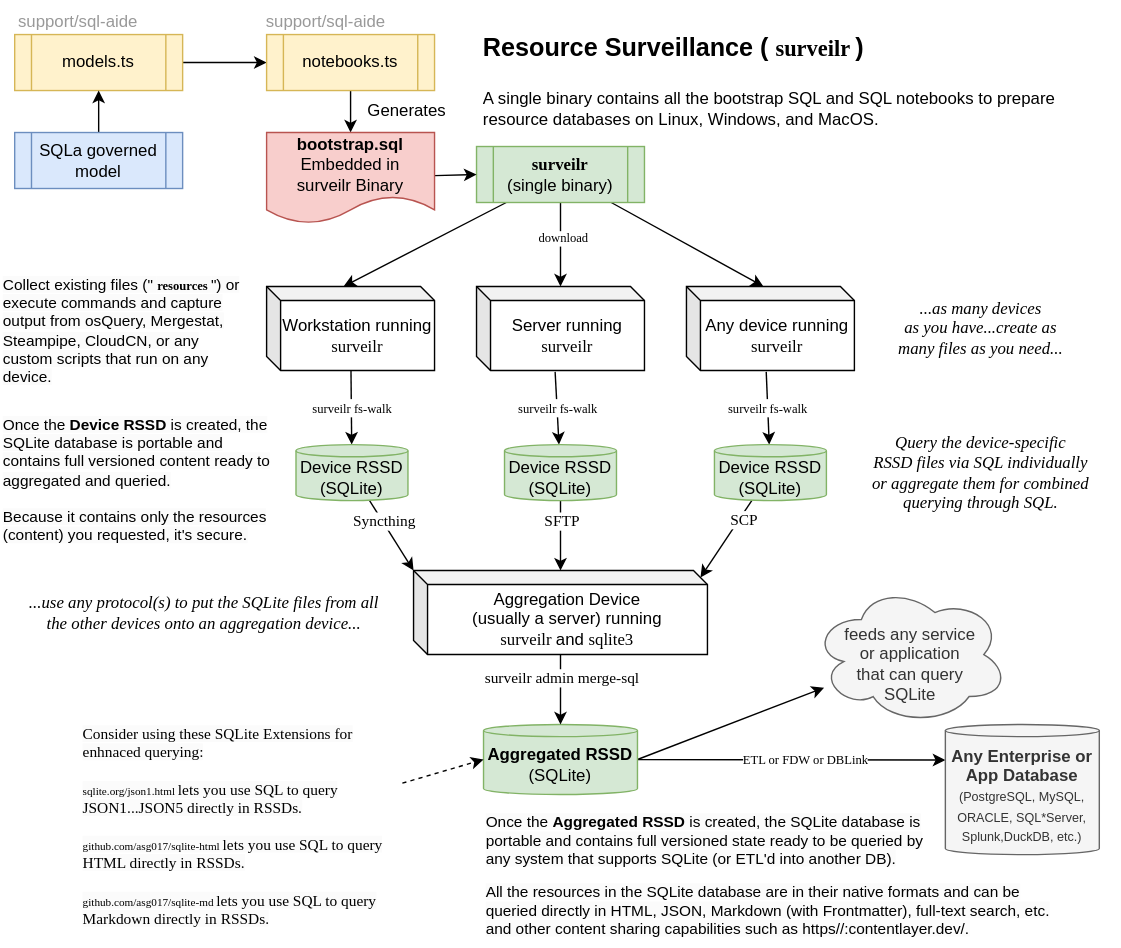
Before: support/docs/architecture.drawio.svg, a diagram exported from draw.io (opsfolio/resource-surveillance). Source tidied: cells renumbered, new cells last; positions are measured from the earlier drawing's top-left corner, leaving out a move shared by most shapes.
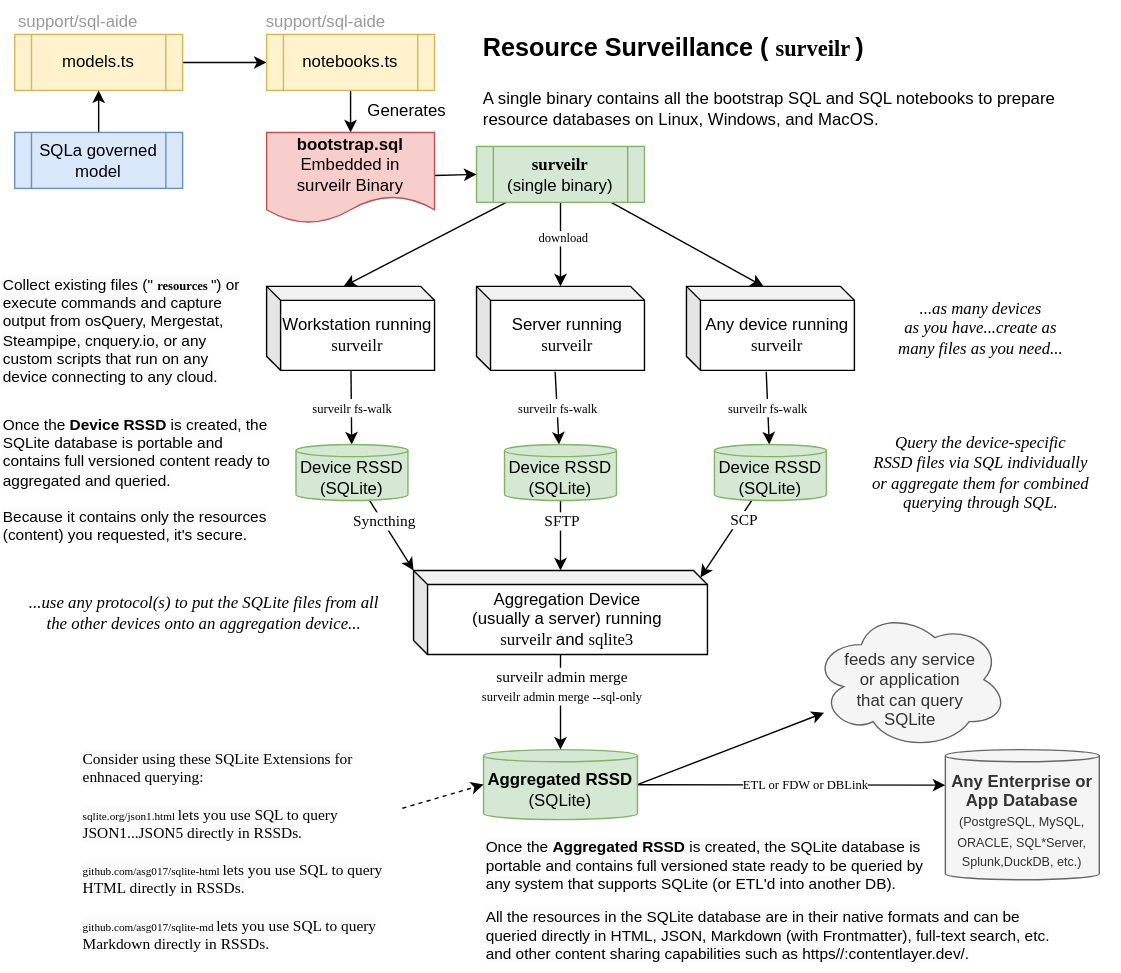
Later version of the same file.

Change to the diagram source:
```diff
@@ -24,10 +24,10 @@
       <mxGeometry x="0.09" relative="1" as="geometry" />
     </mxCell>
     <mxCell id="9" value="&lt;b&gt;Aggregated RSSD &lt;/b&gt;(SQLite)" style="shape=cylinder3;whiteSpace=wrap;html=1;boundedLbl=1;backgroundOutline=1;size=4.333333333333414;fillColor=#d5e8d4;strokeColor=#82b366;" parent="1" vertex="1">
-      <mxGeometry x="345" y="517" width="110" height="50" as="geometry" />
+      <mxGeometry x="345" y="535" width="110" height="50" as="geometry" />
     </mxCell>
     <mxCell id="10" value="&lt;br&gt;feeds any service&lt;br&gt;&amp;nbsp;or application&lt;br&gt;that can query&lt;br&gt;SQLite" style="ellipse;shape=cloud;whiteSpace=wrap;html=1;fillColor=#f5f5f5;fontColor=#333333;strokeColor=#666666;" parent="1" vertex="1">
-      <mxGeometry x="580" y="417" width="140" height="100" as="geometry" />
+      <mxGeometry x="580" y="435" width="140" height="100" as="geometry" />
     </mxCell>
     <mxCell id="11" style="edgeStyle=none;html=1;fontFamily=Lucida Console;" parent="1" edge="1" source="15" target="26">
       <mxGeometry relative="1" as="geometry" />
@@ -123,7 +123,7 @@
     <mxCell id="40" style="edgeStyle=none;html=1;entryX=0.5;entryY=0;entryDx=0;entryDy=0;entryPerimeter=0;fontFamily=Comic Sans MS;" parent="1" edge="1" source="42" target="9">
       <mxGeometry relative="1" as="geometry" />
     </mxCell>
-    <mxCell id="41" value="surveilr admin merge-sql" style="edgeLabel;html=1;align=center;verticalAlign=middle;fontFamily=Lucida Console;" parent="40" vertex="1">
+    <mxCell id="41" value="surveilr admin merge&lt;br&gt;&lt;font style=&quot;font-size: 9px;&quot;&gt;surveilr admin merge --sql-only&lt;/font&gt;" style="edgeLabel;html=1;align=center;verticalAlign=middle;fontFamily=Lucida Console;" parent="40" vertex="1">
       <mxGeometry x="-0.36" relative="1" as="geometry" />
     </mxCell>
     <mxCell id="42" value="Aggregation Device&lt;br&gt;(usually a server) running&lt;br&gt;&amp;nbsp;&lt;font style=&quot;border-color: var(--border-color);&quot; face=&quot;Lucida Console&quot;&gt;surveilr&lt;/font&gt;&amp;nbsp;and&amp;nbsp;&lt;font style=&quot;border-color: var(--border-color);&quot; face=&quot;Lucida Console&quot;&gt;sqlite3&lt;/font&gt;" style="shape=cube;whiteSpace=wrap;html=1;boundedLbl=1;backgroundOutline=1;darkOpacity=0.05;darkOpacity2=0.1;size=10;" parent="1" vertex="1">
@@ -133,19 +133,19 @@
       <mxGeometry x="10" y="417" width="270" height="40" as="geometry" />
     </mxCell>
     <mxCell id="44" value="&lt;span style=&quot;color: rgb(0, 0, 0); font-family: Helvetica; font-size: 11px; font-style: normal; font-variant-ligatures: normal; font-variant-caps: normal; font-weight: 400; letter-spacing: normal; orphans: 2; text-align: left; text-indent: 0px; text-transform: none; widows: 2; word-spacing: 0px; -webkit-text-stroke-width: 0px; background-color: rgb(251, 251, 251); text-decoration-thickness: initial; text-decoration-style: initial; text-decoration-color: initial; float: none; display: inline !important;&quot;&gt;Once the &lt;/span&gt;&lt;span style=&quot;color: rgb(0, 0, 0); font-family: Helvetica; font-size: 11px; font-style: normal; font-variant-ligatures: normal; font-variant-caps: normal; letter-spacing: normal; orphans: 2; text-align: left; text-indent: 0px; text-transform: none; widows: 2; word-spacing: 0px; -webkit-text-stroke-width: 0px; background-color: rgb(251, 251, 251); text-decoration-thickness: initial; text-decoration-style: initial; text-decoration-color: initial; float: none; display: inline !important;&quot;&gt;&lt;b&gt;Aggregated RSSD&lt;/b&gt;&lt;/span&gt;&lt;span style=&quot;color: rgb(0, 0, 0); font-family: Helvetica; font-size: 11px; font-style: normal; font-variant-ligatures: normal; font-variant-caps: normal; font-weight: 400; letter-spacing: normal; orphans: 2; text-align: left; text-indent: 0px; text-transform: none; widows: 2; word-spacing: 0px; -webkit-text-stroke-width: 0px; background-color: rgb(251, 251, 251); text-decoration-thickness: initial; text-decoration-style: initial; text-decoration-color: initial; float: none; display: inline !important;&quot;&gt; is created, the SQLite database is portable and contains full versioned state ready to be queried by any system that supports SQLite (or ETL'd into another DB).&lt;br&gt;&lt;/span&gt;" style="text;whiteSpace=wrap;html=1;fontSize=11;fontFamily=Helvetica;" parent="1" vertex="1">
-      <mxGeometry x="345" y="574" width="330" height="50" as="geometry" />
+      <mxGeometry x="345" y="592" width="330" height="50" as="geometry" />
     </mxCell>
     <mxCell id="45" value="&lt;span style=&quot;color: rgb(0, 0, 0); font-family: Helvetica; font-size: 11px; font-style: normal; font-variant-ligatures: normal; font-variant-caps: normal; font-weight: 400; letter-spacing: normal; orphans: 2; text-align: left; text-indent: 0px; text-transform: none; widows: 2; word-spacing: 0px; -webkit-text-stroke-width: 0px; background-color: rgb(251, 251, 251); text-decoration-thickness: initial; text-decoration-style: initial; text-decoration-color: initial; float: none; display: inline !important;&quot;&gt;All the resources in the SQLite database are in their native formats and can be queried directly in HTML, JSON, Markdown (with Frontmatter), full-text search, etc. and other content sharing capabilities such as https//:contentlayer.dev/.&lt;/span&gt;" style="text;whiteSpace=wrap;html=1;fontSize=11;fontFamily=Helvetica;" parent="1" vertex="1">
-      <mxGeometry x="345" y="624" width="420" height="50" as="geometry" />
+      <mxGeometry x="345" y="642" width="420" height="50" as="geometry" />
     </mxCell>
     <mxCell id="46" value="&lt;span style=&quot;color: rgb(0, 0, 0); font-family: Helvetica; font-size: 11px; font-style: normal; font-variant-ligatures: normal; font-variant-caps: normal; font-weight: 400; letter-spacing: normal; orphans: 2; text-align: left; text-indent: 0px; text-transform: none; widows: 2; word-spacing: 0px; -webkit-text-stroke-width: 0px; background-color: rgb(251, 251, 251); text-decoration-thickness: initial; text-decoration-style: initial; text-decoration-color: initial; float: none; display: inline !important;&quot;&gt;Once the &lt;/span&gt;&lt;span style=&quot;color: rgb(0, 0, 0); font-family: Helvetica; font-size: 11px; font-style: normal; font-variant-ligatures: normal; font-variant-caps: normal; letter-spacing: normal; orphans: 2; text-align: left; text-indent: 0px; text-transform: none; widows: 2; word-spacing: 0px; -webkit-text-stroke-width: 0px; background-color: rgb(251, 251, 251); text-decoration-thickness: initial; text-decoration-style: initial; text-decoration-color: initial; float: none; display: inline !important;&quot;&gt;&lt;b&gt;Device RSSD&lt;/b&gt;&lt;/span&gt;&lt;span style=&quot;color: rgb(0, 0, 0); font-family: Helvetica; font-size: 11px; font-style: normal; font-variant-ligatures: normal; font-variant-caps: normal; font-weight: 400; letter-spacing: normal; orphans: 2; text-align: left; text-indent: 0px; text-transform: none; widows: 2; word-spacing: 0px; -webkit-text-stroke-width: 0px; background-color: rgb(251, 251, 251); text-decoration-thickness: initial; text-decoration-style: initial; text-decoration-color: initial; float: none; display: inline !important;&quot;&gt; is created, the SQLite database is portable and contains full versioned content ready to aggregated and queried.&lt;br&gt;&lt;br&gt;Because it contains only the resources (content) you requested, it's secure.&lt;br&gt;&lt;/span&gt;" style="text;whiteSpace=wrap;html=1;fontSize=11;fontFamily=Times New Roman;" parent="1" vertex="1">
       <mxGeometry y="290" width="200" height="78" as="geometry" />
     </mxCell>
-    <mxCell id="47" value="&lt;span style=&quot;color: rgb(0, 0, 0); font-family: Helvetica; font-size: 11px; font-style: normal; font-variant-ligatures: normal; font-variant-caps: normal; font-weight: 400; letter-spacing: normal; orphans: 2; text-align: left; text-indent: 0px; text-transform: none; widows: 2; word-spacing: 0px; -webkit-text-stroke-width: 0px; background-color: rgb(251, 251, 251); text-decoration-thickness: initial; text-decoration-style: initial; text-decoration-color: initial; float: none; display: inline !important;&quot;&gt;Collect existing files (&quot;&lt;/span&gt;&lt;span style=&quot;color: rgb(0, 0, 0); font-style: normal; font-variant-ligatures: normal; font-variant-caps: normal; letter-spacing: normal; orphans: 2; text-align: left; text-indent: 0px; text-transform: none; widows: 2; word-spacing: 0px; -webkit-text-stroke-width: 0px; background-color: rgb(251, 251, 251); text-decoration-thickness: initial; text-decoration-style: initial; text-decoration-color: initial; float: none; display: inline !important;&quot;&gt;&lt;b style=&quot;&quot;&gt;&lt;font style=&quot;font-size: 9px;&quot; face=&quot;Lucida Console&quot;&gt;resources&lt;/font&gt;&lt;/b&gt;&lt;/span&gt;&lt;span style=&quot;color: rgb(0, 0, 0); font-family: Helvetica; font-size: 11px; font-style: normal; font-variant-ligatures: normal; font-variant-caps: normal; font-weight: 400; letter-spacing: normal; orphans: 2; text-align: left; text-indent: 0px; text-transform: none; widows: 2; word-spacing: 0px; -webkit-text-stroke-width: 0px; background-color: rgb(251, 251, 251); text-decoration-thickness: initial; text-decoration-style: initial; text-decoration-color: initial; float: none; display: inline !important;&quot;&gt;&quot;) or execute commands and capture output from osQuery, Mergestat, Steampipe, CloudCN, or any custom scripts that run on any device.&lt;/span&gt;" style="text;whiteSpace=wrap;html=1;fontSize=11;fontFamily=Times New Roman;" parent="1" vertex="1">
+    <mxCell id="47" value="&lt;span style=&quot;color: rgb(0, 0, 0); font-family: Helvetica; font-size: 11px; font-style: normal; font-variant-ligatures: normal; font-variant-caps: normal; font-weight: 400; letter-spacing: normal; orphans: 2; text-align: left; text-indent: 0px; text-transform: none; widows: 2; word-spacing: 0px; -webkit-text-stroke-width: 0px; background-color: rgb(251, 251, 251); text-decoration-thickness: initial; text-decoration-style: initial; text-decoration-color: initial; float: none; display: inline !important;&quot;&gt;Collect existing files (&quot;&lt;/span&gt;&lt;span style=&quot;color: rgb(0, 0, 0); font-style: normal; font-variant-ligatures: normal; font-variant-caps: normal; letter-spacing: normal; orphans: 2; text-align: left; text-indent: 0px; text-transform: none; widows: 2; word-spacing: 0px; -webkit-text-stroke-width: 0px; background-color: rgb(251, 251, 251); text-decoration-thickness: initial; text-decoration-style: initial; text-decoration-color: initial; float: none; display: inline !important;&quot;&gt;&lt;b style=&quot;&quot;&gt;&lt;font style=&quot;font-size: 9px;&quot; face=&quot;Lucida Console&quot;&gt;resources&lt;/font&gt;&lt;/b&gt;&lt;/span&gt;&lt;span style=&quot;color: rgb(0, 0, 0); font-family: Helvetica; font-size: 11px; font-style: normal; font-variant-ligatures: normal; font-variant-caps: normal; font-weight: 400; letter-spacing: normal; orphans: 2; text-align: left; text-indent: 0px; text-transform: none; widows: 2; word-spacing: 0px; -webkit-text-stroke-width: 0px; background-color: rgb(251, 251, 251); text-decoration-thickness: initial; text-decoration-style: initial; text-decoration-color: initial; float: none; display: inline !important;&quot;&gt;&quot;) or execute commands and capture output from osQuery, Mergestat, Steampipe, cnquery.io, or any custom scripts that run on any device connecting to any cloud.&lt;/span&gt;" style="text;whiteSpace=wrap;html=1;fontSize=11;fontFamily=Times New Roman;" parent="1" vertex="1">
       <mxGeometry y="190" width="180" height="90" as="geometry" />
     </mxCell>
     <mxCell id="48" value="&lt;b&gt;Any Enterprise or App Database&lt;br&gt;&lt;/b&gt;&lt;font style=&quot;font-size: 9px;&quot;&gt;(PostgreSQL, MySQL, ORACLE, SQL*Server, Splunk,DuckDB, etc.)&lt;/font&gt;" style="shape=cylinder3;whiteSpace=wrap;html=1;boundedLbl=1;backgroundOutline=1;size=4.333333333333414;fillColor=#f5f5f5;strokeColor=#666666;fontColor=#333333;" parent="1" vertex="1">
-      <mxGeometry x="675" y="517" width="110" height="93" as="geometry" />
+      <mxGeometry x="675" y="535" width="110" height="93" as="geometry" />
     </mxCell>
     <mxCell id="49" value="&lt;font&gt;Query the device-specific&lt;br&gt;RSSD files via SQL individually&lt;br&gt;or aggregate them for combined&lt;br&gt;querying through SQL.&lt;br&gt;&lt;/font&gt;" style="text;html=1;align=center;verticalAlign=middle;strokeColor=none;fillColor=none;fontFamily=Times New Roman;fontStyle=2;" parent="1" vertex="1">
       <mxGeometry x="610" y="302" width="180" height="70" as="geometry" />
@@ -154,7 +154,7 @@
       <mxGeometry relative="1" as="geometry" />
     </mxCell>
     <mxCell id="51" value="&lt;span style=&quot;orphans: 2; text-align: left; text-indent: 0px; widows: 2; background-color: rgb(251, 251, 251); text-decoration-thickness: initial; text-decoration-style: initial; text-decoration-color: initial; float: none; display: inline !important;&quot;&gt;Consider using these SQLite Extensions for enhnaced querying:&lt;br&gt;&lt;br&gt;&lt;font style=&quot;font-size: 8px;&quot; face=&quot;Lucida Console&quot;&gt;sqlite.org/json1.html&lt;/font&gt; lets you use SQL to query JSON1...JSON5 directly in RSSDs.&lt;br&gt;&lt;br&gt;&lt;font style=&quot;font-size: 8px;&quot; face=&quot;Lucida Console&quot;&gt;github.com/asg017/sqlite-html&lt;/font&gt; lets you use SQL to query HTML directly in RSSDs.&lt;br&gt;&lt;br&gt;&lt;font style=&quot;font-size: 8px;&quot; face=&quot;Lucida Console&quot;&gt;github.com/asg017/sqlite-md&lt;/font&gt; lets you use SQL to query Markdown directly in RSSDs.&lt;br&gt;&lt;br&gt;&lt;/span&gt;" style="text;whiteSpace=wrap;html=1;fontSize=11;fontFamily=Garamond;" parent="1" vertex="1">
-      <mxGeometry x="57" y="511" width="230" height="163" as="geometry" />
+      <mxGeometry x="57" y="529" width="230" height="163" as="geometry" />
     </mxCell>
   </root>
 </mxGraphModel>
```
